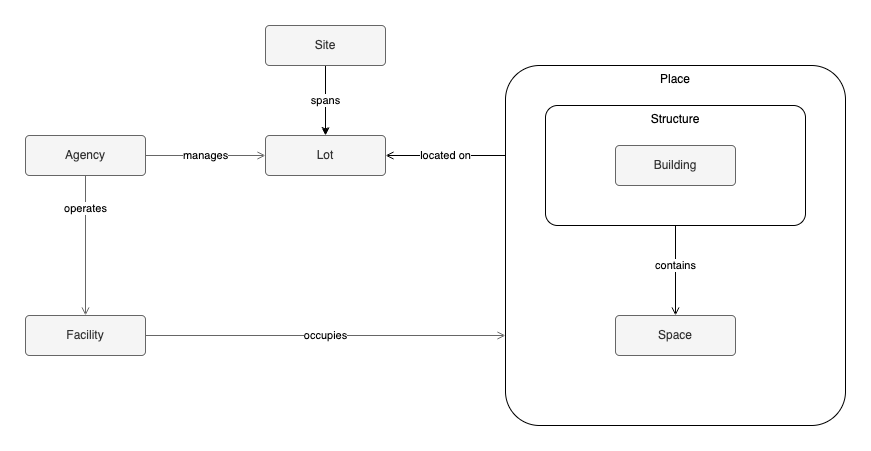
Before: docs/diagrams/entity_relationships.drawio.png, a diagram exported from draw.io (NYCPlanning/data-engineering). Source tidied: cells renumbered, new cells last; positions are measured from the earlier drawing's top-left corner, leaving out a move shared by most shapes. Source of this version:
```xml
<mxGraphModel background="#ffffff">
  <root>
    <mxCell id="0" />
    <mxCell id="1" parent="0" />
    <mxCell id="2" value="Lot" style="rounded=1;arcSize=10;whiteSpace=wrap;html=1;align=center;fillColor=#f5f5f5;strokeColor=#666666;fontColor=#333333;" parent="1" vertex="1">
      <mxGeometry x="240" y="110" width="120" height="40" as="geometry" />
    </mxCell>
    <mxCell id="3" value="&lt;span style=&quot;color: rgb(0, 0, 0);&quot;&gt;Place&lt;/span&gt;" style="rounded=1;arcSize=10;whiteSpace=wrap;html=1;align=center;verticalAlign=top;" parent="1" vertex="1">
      <mxGeometry x="480" y="40" width="340" height="360" as="geometry" />
    </mxCell>
    <mxCell id="4" value="&lt;span style=&quot;color: rgb(0, 0, 0);&quot;&gt;Structure&lt;/span&gt;" style="rounded=1;arcSize=10;whiteSpace=wrap;html=1;align=center;verticalAlign=top;" parent="1" vertex="1">
      <mxGeometry x="520" y="80" width="260" height="120" as="geometry" />
    </mxCell>
    <mxCell id="5" value="Building" style="rounded=1;arcSize=10;whiteSpace=wrap;html=1;align=center;fillColor=#f5f5f5;strokeColor=#666666;fontColor=#333333;" parent="1" vertex="1">
      <mxGeometry x="590" y="120" width="120" height="40" as="geometry" />
    </mxCell>
    <mxCell id="6" value="Space" style="rounded=1;arcSize=10;whiteSpace=wrap;html=1;align=center;fillColor=#f5f5f5;strokeColor=#666666;fontColor=#333333;" parent="1" vertex="1">
      <mxGeometry x="590" y="290" width="120" height="40" as="geometry" />
    </mxCell>
    <mxCell id="7" value="contains" style="edgeStyle=none;html=1;entryX=0.5;entryY=0;entryDx=0;entryDy=0;endArrow=open;endFill=1;startArrow=none;" parent="1" edge="1" source="4" target="6">
      <mxGeometry x="-0.11" relative="1" as="geometry" />
    </mxCell>
    <mxCell id="8" value="located on" style="edgeStyle=none;html=1;startArrow=none;endArrow=open;endFill=1;exitX=0;exitY=0.25;exitDx=0;exitDy=0;" parent="1" edge="1" source="3" target="2">
      <mxGeometry relative="1" as="geometry" />
    </mxCell>
    <mxCell id="9" value="occupies" style="edgeStyle=none;html=1;endArrow=open;endFill=1;startArrow=none;fillColor=#f5f5f5;strokeColor=#666666;exitX=1;exitY=0.5;exitDx=0;exitDy=0;entryX=0;entryY=0.75;entryDx=0;entryDy=0;" parent="1" edge="1" source="10" target="3">
      <mxGeometry relative="1" as="geometry" />
    </mxCell>
    <mxCell id="10" value="Facility" style="rounded=1;arcSize=10;whiteSpace=wrap;html=1;align=center;fillColor=#f5f5f5;strokeColor=#666666;fontColor=#333333;" parent="1" vertex="1">
      <mxGeometry y="290" width="120" height="40" as="geometry" />
    </mxCell>
    <mxCell id="11" value="manages" style="edgeStyle=none;html=1;endArrow=open;endFill=1;startArrow=none;fillColor=#f5f5f5;strokeColor=#666666;" parent="1" edge="1" source="13" target="2">
      <mxGeometry relative="1" as="geometry" />
    </mxCell>
    <mxCell id="12" value="operates" style="edgeStyle=none;html=1;endArrow=open;endFill=1;startArrow=none;fillColor=#f5f5f5;strokeColor=#666666;entryX=0.5;entryY=0;entryDx=0;entryDy=0;" parent="1" edge="1" source="13" target="10">
      <mxGeometry x="-0.55" relative="1" as="geometry">
        <mxPoint y="1" as="offset" />
      </mxGeometry>
    </mxCell>
    <mxCell id="13" value="Agency" style="rounded=1;arcSize=10;whiteSpace=wrap;html=1;align=center;fillColor=#f5f5f5;strokeColor=#666666;fontColor=#333333;" parent="1" vertex="1">
      <mxGeometry y="110" width="120" height="40" as="geometry" />
    </mxCell>
    <mxCell id="14" value="spans" style="edgeStyle=none;html=1;entryX=0.5;entryY=0;entryDx=0;entryDy=0;" parent="1" edge="1" source="15" target="2">
      <mxGeometry relative="1" as="geometry" />
    </mxCell>
    <mxCell id="15" value="Site" style="rounded=1;arcSize=10;whiteSpace=wrap;html=1;align=center;fillColor=#f5f5f5;strokeColor=#666666;fontColor=#333333;" parent="1" vertex="1">
      <mxGeometry x="240" width="120" height="40" as="geometry" />
    </mxCell>
  </root>
</mxGraphModel>
```
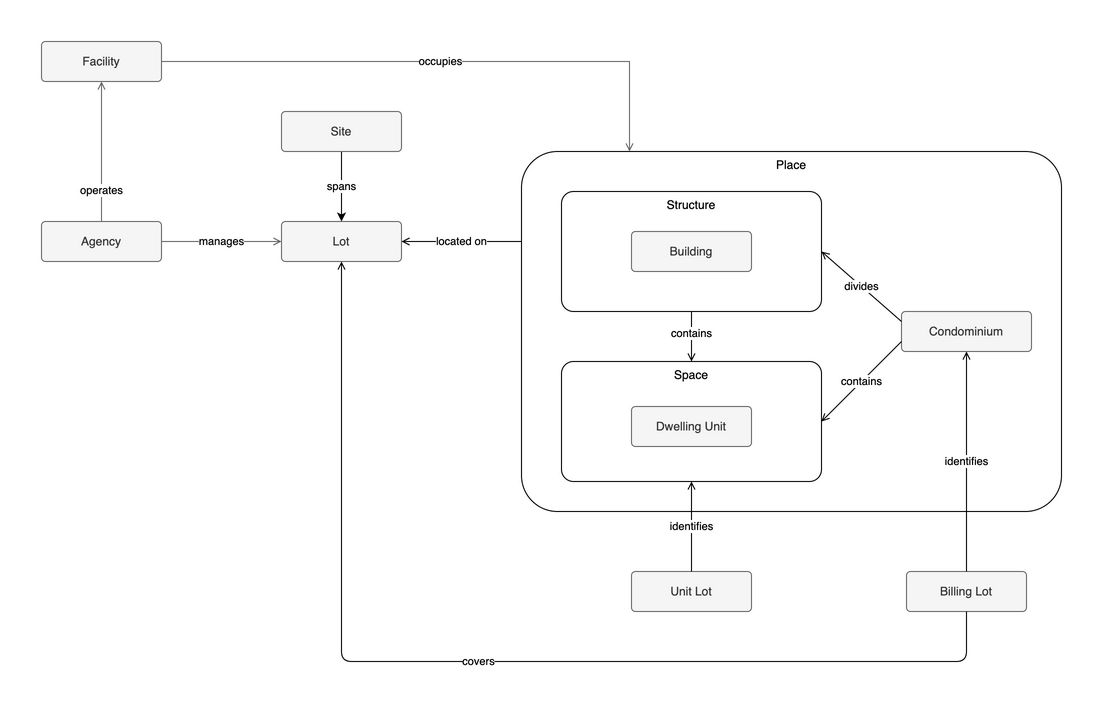
After the commit.

Commit message:
add condo, bbl, and site entities to urban planning glossary

What changed in the source:
```diff
@@ -6,7 +6,7 @@
       <mxGeometry x="240" y="110" width="120" height="40" as="geometry" />
     </mxCell>
     <mxCell id="3" value="&lt;span style=&quot;color: rgb(0, 0, 0);&quot;&gt;Place&lt;/span&gt;" style="rounded=1;arcSize=10;whiteSpace=wrap;html=1;align=center;verticalAlign=top;" parent="1" vertex="1">
-      <mxGeometry x="480" y="40" width="340" height="360" as="geometry" />
+      <mxGeometry x="480" y="40" width="540" height="360" as="geometry" />
     </mxCell>
     <mxCell id="4" value="&lt;span style=&quot;color: rgb(0, 0, 0);&quot;&gt;Structure&lt;/span&gt;" style="rounded=1;arcSize=10;whiteSpace=wrap;html=1;align=center;verticalAlign=top;" parent="1" vertex="1">
       <mxGeometry x="520" y="80" width="260" height="120" as="geometry" />
@@ -14,8 +14,8 @@
     <mxCell id="5" value="Building" style="rounded=1;arcSize=10;whiteSpace=wrap;html=1;align=center;fillColor=#f5f5f5;strokeColor=#666666;fontColor=#333333;" parent="1" vertex="1">
       <mxGeometry x="590" y="120" width="120" height="40" as="geometry" />
     </mxCell>
-    <mxCell id="6" value="Space" style="rounded=1;arcSize=10;whiteSpace=wrap;html=1;align=center;fillColor=#f5f5f5;strokeColor=#666666;fontColor=#333333;" parent="1" vertex="1">
-      <mxGeometry x="590" y="290" width="120" height="40" as="geometry" />
+    <mxCell id="6" value="&lt;span style=&quot;color: rgb(0, 0, 0);&quot;&gt;Space&lt;/span&gt;" style="rounded=1;arcSize=10;whiteSpace=wrap;html=1;align=center;verticalAlign=top;" parent="1" vertex="1">
+      <mxGeometry x="520" y="250" width="260" height="120" as="geometry" />
     </mxCell>
     <mxCell id="7" value="contains" style="edgeStyle=none;html=1;entryX=0.5;entryY=0;entryDx=0;entryDy=0;endArrow=open;endFill=1;startArrow=none;" parent="1" edge="1" source="4" target="6">
       <mxGeometry x="-0.11" relative="1" as="geometry" />
@@ -23,16 +23,16 @@
     <mxCell id="8" value="located on" style="edgeStyle=none;html=1;startArrow=none;endArrow=open;endFill=1;exitX=0;exitY=0.25;exitDx=0;exitDy=0;" parent="1" edge="1" source="3" target="2">
       <mxGeometry relative="1" as="geometry" />
     </mxCell>
-    <mxCell id="9" value="occupies" style="edgeStyle=none;html=1;endArrow=open;endFill=1;startArrow=none;fillColor=#f5f5f5;strokeColor=#666666;exitX=1;exitY=0.5;exitDx=0;exitDy=0;entryX=0;entryY=0.75;entryDx=0;entryDy=0;" parent="1" edge="1" source="10" target="3">
+    <mxCell id="9" value="occupies" style="edgeStyle=orthogonalEdgeStyle;html=1;endArrow=open;endFill=1;startArrow=none;fillColor=#f5f5f5;strokeColor=#666666;exitX=1;exitY=0.5;exitDx=0;exitDy=0;entryX=0.2;entryY=0;entryDx=0;entryDy=0;rounded=0;" parent="1" edge="1" source="10" target="3">
       <mxGeometry relative="1" as="geometry" />
     </mxCell>
     <mxCell id="10" value="Facility" style="rounded=1;arcSize=10;whiteSpace=wrap;html=1;align=center;fillColor=#f5f5f5;strokeColor=#666666;fontColor=#333333;" parent="1" vertex="1">
-      <mxGeometry y="290" width="120" height="40" as="geometry" />
+      <mxGeometry y="-70" width="120" height="40" as="geometry" />
     </mxCell>
     <mxCell id="11" value="manages" style="edgeStyle=none;html=1;endArrow=open;endFill=1;startArrow=none;fillColor=#f5f5f5;strokeColor=#666666;" parent="1" edge="1" source="13" target="2">
       <mxGeometry relative="1" as="geometry" />
     </mxCell>
-    <mxCell id="12" value="operates" style="edgeStyle=none;html=1;endArrow=open;endFill=1;startArrow=none;fillColor=#f5f5f5;strokeColor=#666666;entryX=0.5;entryY=0;entryDx=0;entryDy=0;" parent="1" edge="1" source="13" target="10">
+    <mxCell id="12" value="operates" style="edgeStyle=none;html=1;endArrow=open;endFill=1;startArrow=none;fillColor=#f5f5f5;strokeColor=#666666;entryX=0.5;entryY=1;entryDx=0;entryDy=0;" parent="1" edge="1" source="13" target="10">
       <mxGeometry x="-0.55" relative="1" as="geometry">
         <mxPoint y="1" as="offset" />
       </mxGeometry>
@@ -46,5 +46,37 @@
     <mxCell id="15" value="Site" style="rounded=1;arcSize=10;whiteSpace=wrap;html=1;align=center;fillColor=#f5f5f5;strokeColor=#666666;fontColor=#333333;" parent="1" vertex="1">
       <mxGeometry x="240" width="120" height="40" as="geometry" />
     </mxCell>
+    <mxCell id="16" value="Dwelling Unit" style="rounded=1;arcSize=10;whiteSpace=wrap;html=1;align=center;fillColor=#f5f5f5;strokeColor=#666666;fontColor=#333333;" parent="1" vertex="1">
+      <mxGeometry x="590" y="295" width="120" height="40" as="geometry" />
+    </mxCell>
+    <mxCell id="17" value="Condominium" style="rounded=1;arcSize=10;whiteSpace=wrap;html=1;align=center;fillColor=#f5f5f5;strokeColor=#666666;fontColor=#333333;" parent="1" vertex="1">
+      <mxGeometry x="860" y="200" width="130" height="40" as="geometry" />
+    </mxCell>
+    <mxCell id="18" value="divides" style="edgeStyle=none;html=1;endArrow=open;endFill=1;startArrow=none;exitX=0;exitY=0.25;exitDx=0;exitDy=0;entryX=1;entryY=0.5;entryDx=0;entryDy=0;" parent="1" edge="1" source="17" target="4">
+      <mxGeometry relative="1" as="geometry" />
+    </mxCell>
+    <mxCell id="19" value="contains" style="edgeStyle=none;html=1;endArrow=open;endFill=1;startArrow=none;exitX=0;exitY=0.75;exitDx=0;exitDy=0;entryX=1;entryY=0.5;entryDx=0;entryDy=0;" parent="1" edge="1" source="17" target="6">
+      <mxGeometry relative="1" as="geometry" />
+    </mxCell>
+    <mxCell id="20" value="Unit Lot" style="rounded=1;arcSize=10;whiteSpace=wrap;html=1;align=center;fillColor=#f5f5f5;strokeColor=#666666;fontColor=#333333;" parent="1" vertex="1">
+      <mxGeometry x="590" y="460" width="120" height="40" as="geometry" />
+    </mxCell>
+    <mxCell id="21" value="Billing Lot" style="rounded=1;arcSize=10;whiteSpace=wrap;html=1;align=center;fillColor=#f5f5f5;strokeColor=#666666;fontColor=#333333;" parent="1" vertex="1">
+      <mxGeometry x="865" y="460" width="120" height="40" as="geometry" />
+    </mxCell>
+    <mxCell id="22" value="identifies" style="edgeStyle=none;html=1;endArrow=open;endFill=1;startArrow=none;entryX=0.5;entryY=1;entryDx=0;entryDy=0;" parent="1" edge="1" source="20" target="6">
+      <mxGeometry relative="1" as="geometry" />
+    </mxCell>
+    <mxCell id="23" value="identifies" style="edgeStyle=none;html=1;endArrow=open;endFill=1;startArrow=none;entryX=0.5;entryY=1;entryDx=0;entryDy=0;" parent="1" edge="1" source="21" target="17">
+      <mxGeometry relative="1" as="geometry" />
+    </mxCell>
+    <mxCell id="24" value="covers" style="edgeStyle=none;html=1;endArrow=open;endFill=1;startArrow=none;edgeStyle=orthogonalEdgeStyle;exitX=0.5;exitY=1;exitDx=0;exitDy=0;entryX=0.5;entryY=1;entryDx=0;entryDy=0;" parent="1" edge="1" source="21" target="2">
+      <mxGeometry relative="1" as="geometry">
+        <Array as="points">
+          <mxPoint x="925" y="550" />
+          <mxPoint x="300" y="550" />
+        </Array>
+      </mxGeometry>
+    </mxCell>
   </root>
 </mxGraphModel>
```
